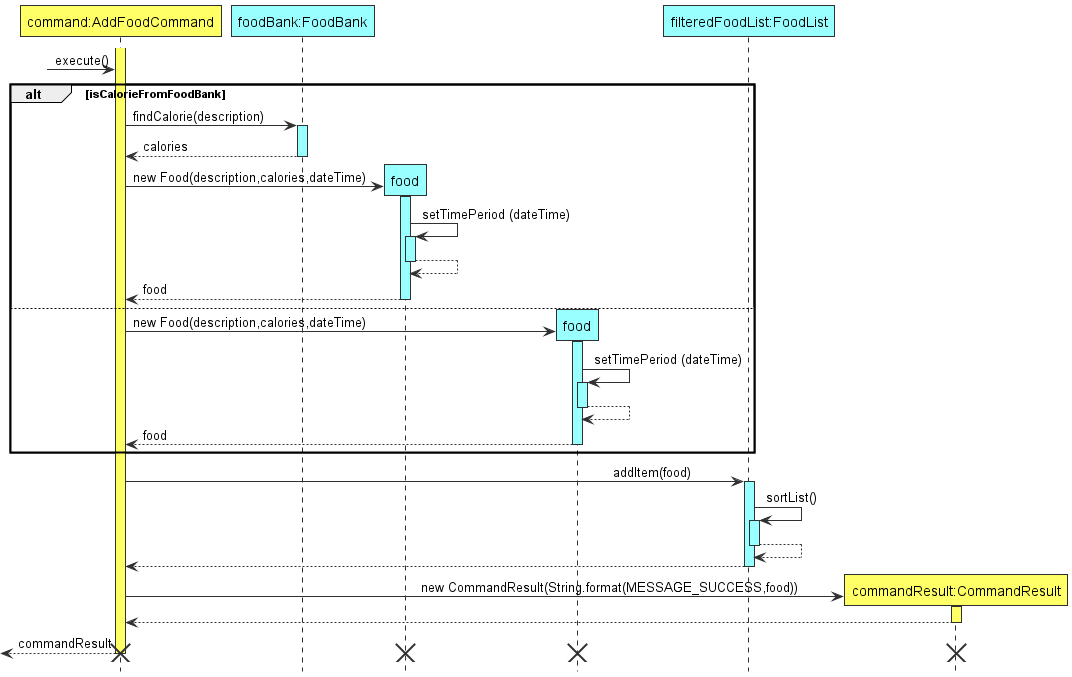
Earlier version of the PlantUML export docs/images/AddFoodItemSequenceDiagram.png (tryyang2001/tp).
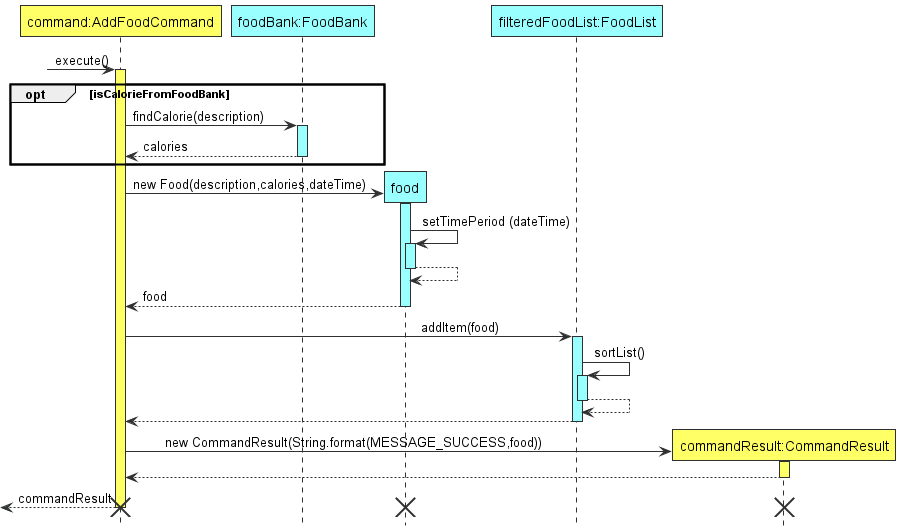
After the commit.

The edit, as a diff of the source:
```diff
@@ -6,48 +6,40 @@
 participant "command:AddFoodCommand" As AddFoodCommand LOGIC_COLOUR
 participant "foodBank:FoodBank" As FoodBank DATA_COLOUR
 
+?->AddFoodCommand :execute()
 activate AddFoodCommand LOGIC_COLOUR
-?->AddFoodCommand :execute()
 
-alt isCalorieFromFoodBank
+opt isCalorieFromFoodBank
     AddFoodCommand -> FoodBank : findCalorie(description)
     activate FoodBank DATA_COLOUR
     FoodBank --> AddFoodCommand : calories
     deactivate FoodBank
-    create "food" As Food1 DATA_COLOUR
-    AddFoodCommand -> Food1 ** : new Food(description,calories,dateTime)
-    activate Food1 DATA_COLOUR
-    Food1 -> Food1 ++ DATA_COLOUR: setTimePeriod (dateTime)
-    Food1 --> Food1 --
-    Food1 --> AddFoodCommand : food
-    deactivate Food1
-else
-create "food" As Food2 DATA_COLOUR
-    AddFoodCommand -> Food2 ** : new Food(description,calories,dateTime)
-    activate Food2 DATA_COLOUR
-    Food2 -> Food2 ++ DATA_COLOUR : setTimePeriod (dateTime)
-    Food2 --> Food2 --
-    Food2 --> AddFoodCommand : food
-    deactivate Food2
 end
+
+create "food" As Food DATA_COLOUR
+AddFoodCommand -> Food ** : new Food(description,calories,dateTime)
+activate Food DATA_COLOUR
+Food -> Food ++ DATA_COLOUR : setTimePeriod (dateTime)
+Food --> Food --
+Food --> AddFoodCommand : food
+deactivate Food
 
 participant "filteredFoodList:FoodList" As FoodList DATA_COLOUR
 participant "commandResult:CommandResult" As CommandResult LOGIC_COLOUR
-AddFoodCommand -> FoodList : \t\t\t\t\t\t\t\t\t\t\t\t\t\t\taddItem(food)
+AddFoodCommand -> FoodList : \t\t\t\t\t\t\t\t\taddItem(food)
 activate FoodList DATA_COLOUR
 FoodList -> FoodList ++  DATA_COLOUR: sortList()
 FoodList --> FoodList --
 FoodList --> AddFoodCommand
 deactivate FoodList
-AddFoodCommand -> CommandResult **: \t\t\t\t\t\t\t\t\tnew CommandResult(String.format(MESSAGE_SUCCESS,food))
+AddFoodCommand -> CommandResult **: \tnew CommandResult(String.format(MESSAGE_SUCCESS,food))
 activate CommandResult LOGIC_COLOUR
 CommandResult --> AddFoodCommand
 deactivate CommandResult
 
 ?<-- AddFoodCommand : commandResult\t
 deactivate AddFoodCommand
-destroy Food1
-destroy Food2
+destroy Food
 destroy CommandResult
 destroy AddFoodCommand
 @enduml
```
